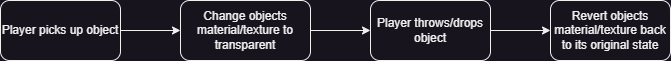
HenryKavadias/Dodge-West keeps this draw.io diagram as GitHub-Wiki-Images/Object-made-transparent-system.png. Above is the earlier version. Source tidied: cells renumbered, new cells last; positions are measured from the earlier drawing's top-left corner, leaving out a move shared by most shapes. Its diagram source:
```xml
<mxGraphModel>
  <root>
    <mxCell id="0" />
    <mxCell id="1" parent="0" />
    <mxCell id="2" style="edgeStyle=orthogonalEdgeStyle;rounded=0;jettySize=auto;html=1;" parent="1" edge="1" source="3" target="5">
      <mxGeometry relative="1" as="geometry" />
    </mxCell>
    <mxCell id="3" value="Player picks up object" style="rounded=1;whiteSpace=wrap;html=1;" parent="1" vertex="1">
      <mxGeometry width="120" height="60" as="geometry" />
    </mxCell>
    <mxCell id="4" style="edgeStyle=orthogonalEdgeStyle;rounded=0;jettySize=auto;html=1;" parent="1" edge="1" source="5" target="7">
      <mxGeometry relative="1" as="geometry" />
    </mxCell>
    <mxCell id="5" value="Change objects material/texture to transparent" style="rounded=1;whiteSpace=wrap;html=1;" parent="1" vertex="1">
      <mxGeometry x="180" width="130" height="60" as="geometry" />
    </mxCell>
    <mxCell id="6" style="edgeStyle=orthogonalEdgeStyle;rounded=0;jettySize=auto;html=1;" parent="1" edge="1" source="7" target="8">
      <mxGeometry relative="1" as="geometry" />
    </mxCell>
    <mxCell id="7" value="Player throws/drops object" style="rounded=1;whiteSpace=wrap;html=1;" parent="1" vertex="1">
      <mxGeometry x="370" width="120" height="60" as="geometry" />
    </mxCell>
    <mxCell id="8" value="Revert objects material/texture back to its original state" style="rounded=1;whiteSpace=wrap;html=1;" parent="1" vertex="1">
      <mxGeometry x="550" width="120" height="60" as="geometry" />
    </mxCell>
  </root>
</mxGraphModel>
```
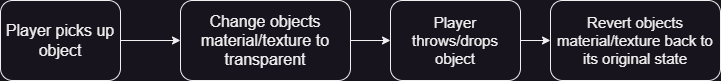
The same diagram one commit later.

Diff of the diagram source:
```diff
@@ -5,23 +5,23 @@
     <mxCell id="2" style="edgeStyle=orthogonalEdgeStyle;rounded=0;jettySize=auto;html=1;" parent="1" edge="1" source="3" target="5">
       <mxGeometry relative="1" as="geometry" />
     </mxCell>
-    <mxCell id="3" value="Player picks up object" style="rounded=1;whiteSpace=wrap;html=1;" parent="1" vertex="1">
-      <mxGeometry width="120" height="60" as="geometry" />
+    <mxCell id="3" value="&lt;font style=&quot;font-size: 16px;&quot;&gt;Player picks up object&lt;/font&gt;" style="rounded=1;whiteSpace=wrap;html=1;" parent="1" vertex="1">
+      <mxGeometry width="120" height="80" as="geometry" />
     </mxCell>
     <mxCell id="4" style="edgeStyle=orthogonalEdgeStyle;rounded=0;jettySize=auto;html=1;" parent="1" edge="1" source="5" target="7">
       <mxGeometry relative="1" as="geometry" />
     </mxCell>
-    <mxCell id="5" value="Change objects material/texture to transparent" style="rounded=1;whiteSpace=wrap;html=1;" parent="1" vertex="1">
-      <mxGeometry x="180" width="130" height="60" as="geometry" />
+    <mxCell id="5" value="&lt;font style=&quot;font-size: 16px;&quot;&gt;Change objects material/texture to transparent&lt;/font&gt;" style="rounded=1;whiteSpace=wrap;html=1;" parent="1" vertex="1">
+      <mxGeometry x="180" width="170" height="80" as="geometry" />
     </mxCell>
     <mxCell id="6" style="edgeStyle=orthogonalEdgeStyle;rounded=0;jettySize=auto;html=1;" parent="1" edge="1" source="7" target="8">
       <mxGeometry relative="1" as="geometry" />
     </mxCell>
-    <mxCell id="7" value="Player throws/drops object" style="rounded=1;whiteSpace=wrap;html=1;" parent="1" vertex="1">
-      <mxGeometry x="370" width="120" height="60" as="geometry" />
+    <mxCell id="7" value="&lt;font style=&quot;font-size: 15px;&quot;&gt;Player throws/drops object&lt;/font&gt;" style="rounded=1;whiteSpace=wrap;html=1;" parent="1" vertex="1">
+      <mxGeometry x="390" width="130" height="80" as="geometry" />
     </mxCell>
-    <mxCell id="8" value="Revert objects material/texture back to its original state" style="rounded=1;whiteSpace=wrap;html=1;" parent="1" vertex="1">
-      <mxGeometry x="550" width="120" height="60" as="geometry" />
+    <mxCell id="8" value="&lt;font style=&quot;font-size: 15px;&quot;&gt;Revert objects material/texture back to its original state&lt;/font&gt;" style="rounded=1;whiteSpace=wrap;html=1;" parent="1" vertex="1">
+      <mxGeometry x="550" width="170" height="80" as="geometry" />
     </mxCell>
   </root>
 </mxGraphModel>
```
